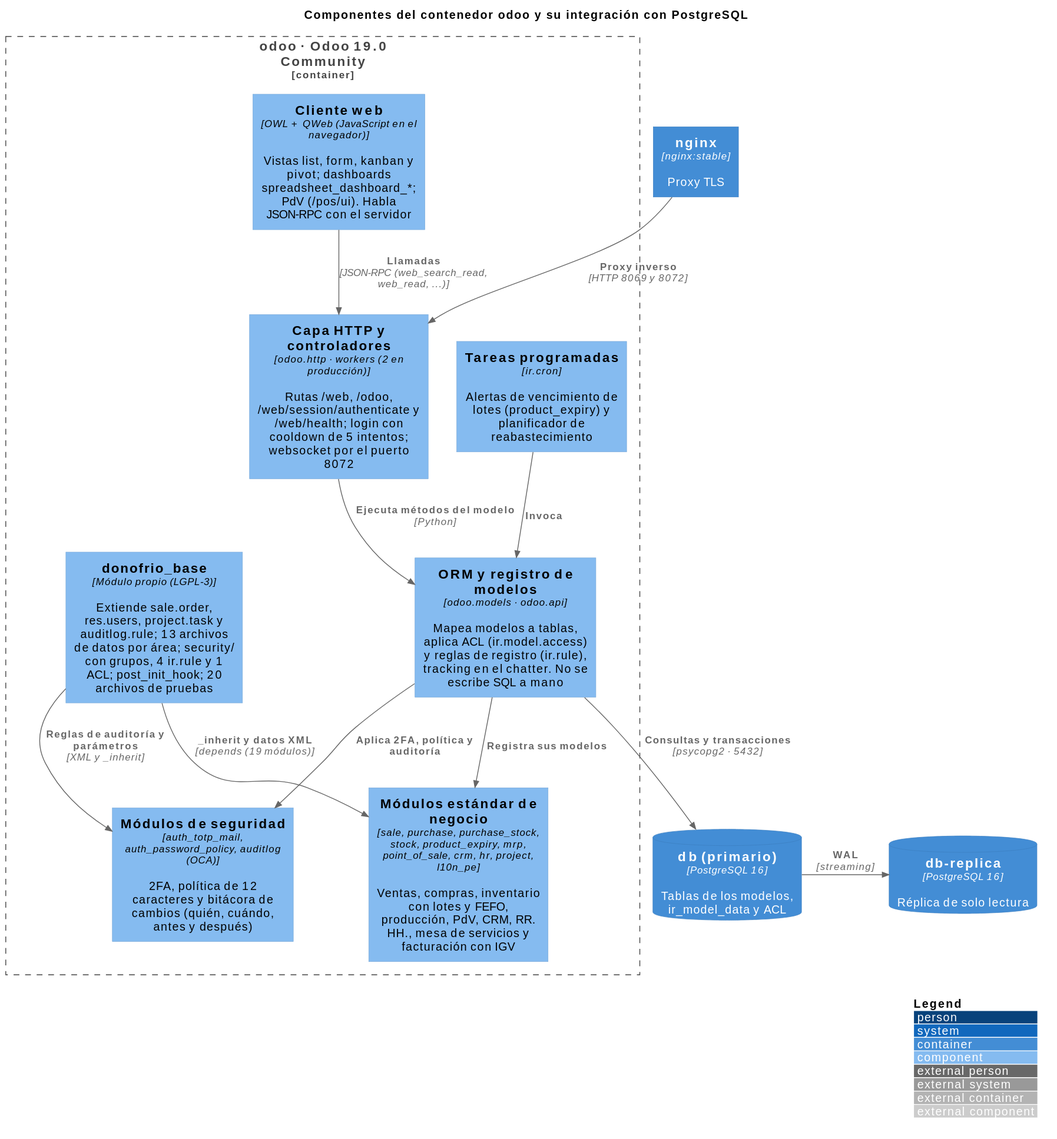
Above: docs/diagramas/c4/c4_componentes.svg in orlando572/erp-donofrio (PlantUML), before the change. The source it was exported from:
```plantuml
@startuml
!include <C4/C4_Component>
LAYOUT_WITH_LEGEND()
title Componentes del contenedor odoo y su integración con PostgreSQL

Container(nginx, "nginx", "nginx:stable", "Proxy TLS")
ContainerDb(db, "db (primario)", "PostgreSQL 16", "Tablas de los modelos, ir_model_data y ACL")
ContainerDb(replica, "db-replica", "PostgreSQL 16", "Réplica de solo lectura")

Container_Boundary(odoo, "odoo · Odoo 19.0 Community") {
    Component(cliente, "Cliente web", "OWL + QWeb (JavaScript en el navegador)", "Vistas list, form, kanban y pivot; dashboards spreadsheet_dashboard_*; PdV (/pos/ui). Habla JSON-RPC con el servidor")
    Component(http, "Capa HTTP y controladores", "odoo.http · workers (2 en producción)", "Rutas /web, /odoo, /web/session/authenticate y /web/health; login con cooldown de 5 intentos; websocket por el puerto 8072")
    Component(orm, "ORM y registro de modelos", "odoo.models · odoo.api", "Mapea modelos a tablas, aplica ACL (ir.model.access) y reglas de registro (ir.rule), tracking en el chatter. No se escribe SQL a mano")
    Component(estandar, "Módulos estándar de negocio", "sale, purchase, purchase_stock, stock, product_expiry, mrp, point_of_sale, crm, hr, project, l10n_pe", "Ventas, compras, inventario con lotes y FEFO, producción, PdV, CRM, RR. HH., mesa de servicios y facturación con IGV")
    Component(seg, "Módulos de seguridad", "auth_totp_mail, auth_password_policy, auditlog (OCA)", "2FA, política de 12 caracteres y bitácora de cambios (quién, cuándo, antes y después)")
    Component(base, "donofrio_base", "Módulo propio (LGPL-3)", "Extiende sale.order, res.users, project.task y auditlog.rule; 13 archivos de datos por área; security/ con grupos, 4 ir.rule y 1 ACL; post_init_hook; 20 archivos de pruebas")
    Component(cron, "Tareas programadas", "ir.cron", "Alertas de vencimiento de lotes (product_expiry) y planificador de reabastecimiento")
}

Rel(nginx, http, "Proxy inverso", "HTTP 8069 y 8072")
Rel(cliente, http, "Llamadas", "JSON-RPC (web_search_read, web_read, ...)")
Rel(http, orm, "Ejecuta métodos del modelo", "Python")
Rel(orm, estandar, "Registra sus modelos", "")
Rel(orm, seg, "Aplica 2FA, política y auditoría", "")
Rel(base, estandar, "_inherit y datos XML", "depends (19 módulos)")
Rel(base, seg, "Reglas de auditoría y parámetros", "XML y _inherit")
Rel(cron, orm, "Invoca", "")
Rel(orm, db, "Consultas y transacciones", "psycopg2 · 5432")
Rel_R(db, replica, "WAL", "streaming")
@enduml
```
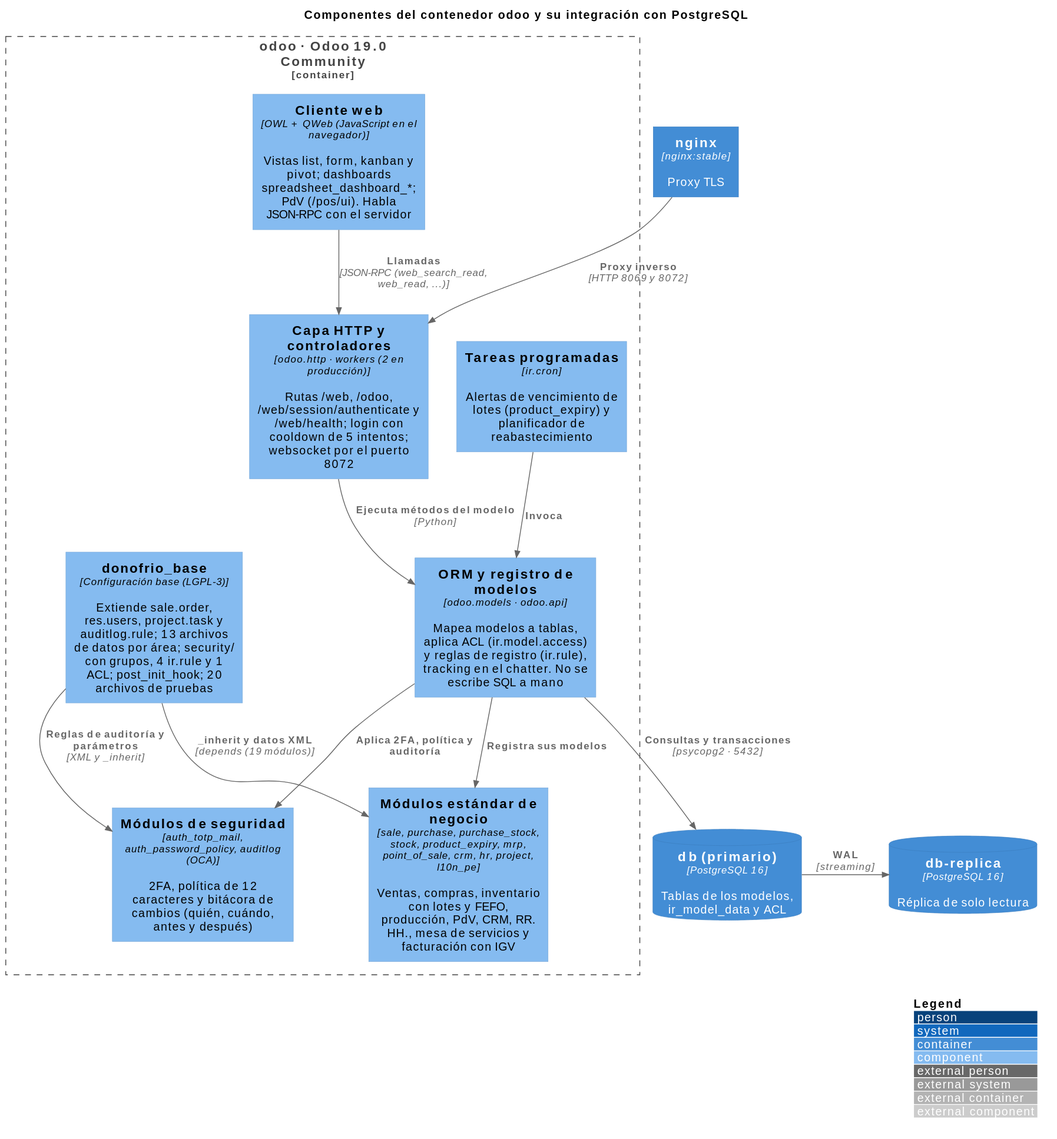
Later version of the same file.

The edit, as a diff of the source:
```diff
@@ -13,7 +13,7 @@
     Component(orm, "ORM y registro de modelos", "odoo.models · odoo.api", "Mapea modelos a tablas, aplica ACL (ir.model.access) y reglas de registro (ir.rule), tracking en el chatter. No se escribe SQL a mano")
     Component(estandar, "Módulos estándar de negocio", "sale, purchase, purchase_stock, stock, product_expiry, mrp, point_of_sale, crm, hr, project, l10n_pe", "Ventas, compras, inventario con lotes y FEFO, producción, PdV, CRM, RR. HH., mesa de servicios y facturación con IGV")
     Component(seg, "Módulos de seguridad", "auth_totp_mail, auth_password_policy, auditlog (OCA)", "2FA, política de 12 caracteres y bitácora de cambios (quién, cuándo, antes y después)")
-    Component(base, "donofrio_base", "Módulo propio (LGPL-3)", "Extiende sale.order, res.users, project.task y auditlog.rule; 13 archivos de datos por área; security/ con grupos, 4 ir.rule y 1 ACL; post_init_hook; 20 archivos de pruebas")
+    Component(base, "donofrio_base", "Configuración base (LGPL-3)", "Extiende sale.order, res.users, project.task y auditlog.rule; 13 archivos de datos por área; security/ con grupos, 4 ir.rule y 1 ACL; post_init_hook; 20 archivos de pruebas")
     Component(cron, "Tareas programadas", "ir.cron", "Alertas de vencimiento de lotes (product_expiry) y planificador de reabastecimiento")
 }
 
```
